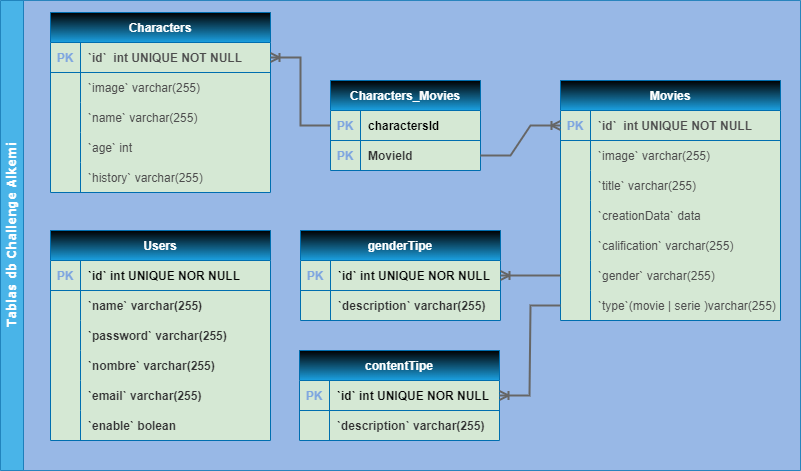
This is db.png from alekusa/Alkemy_Challenge_NodeJs, a draw.io export, as it was before one commit. Source tidied: cells renumbered, new cells last; positions are measured from the earlier drawing's top-left corner, leaving out a move shared by most shapes.
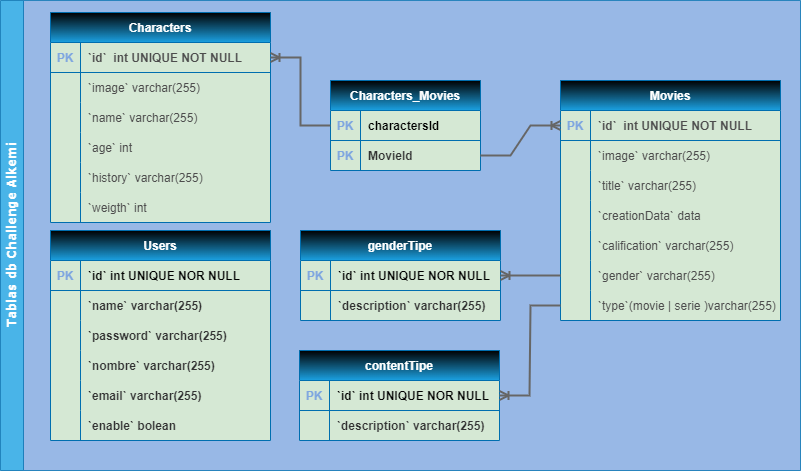
Above is the later version.

The edit, as a diff of the source:
```diff
@@ -27,7 +27,7 @@
       <mxGeometry x="30" width="120" height="30" as="geometry" />
     </mxCell>
     <mxCell id="10" value="Characters" style="shape=table;startSize=30;rowLines=0;fontStyle=1;align=center;swimlaneFillColor=#D5E8D4;fillColor=#1ba1e2;fontColor=#ffffff;gradientDirection=north;strokeColor=#006EAF;gradientColor=default;" parent="2" vertex="1">
-      <mxGeometry x="50" y="12" width="220" height="180" as="geometry" />
+      <mxGeometry x="50" y="12" width="220" height="210" as="geometry" />
     </mxCell>
     <mxCell id="11" style="shape=tableRow;horizontal=0;startSize=0;swimlaneHead=0;swimlaneBody=0;fillColor=none;points=[[0,0.5],[1,0.5]];portConstraint=eastwest;strokeColor=inherit;top=0;left=0;right=0;bottom=1;" parent="10" vertex="1">
       <mxGeometry y="30" width="220" height="30" as="geometry" />
@@ -74,6 +74,15 @@
     <mxCell id="25" value="`history` varchar(255)" style="shape=partialRectangle;overflow=hidden;fillColor=none;align=left;strokeColor=inherit;top=0;left=0;bottom=0;right=0;spacingLeft=6;fontColor=#4D4D4D;" parent="23" vertex="1">
       <mxGeometry x="30" width="190" height="30" as="geometry" />
     </mxCell>
+    <mxCell id="87" style="shape=tableRow;horizontal=0;startSize=0;swimlaneHead=0;swimlaneBody=0;fillColor=none;strokeColor=#000000;top=0;left=0;right=0;bottom=0;perimeterSpacing=1;swimlaneFillColor=default;" parent="10" vertex="1">
+      <mxGeometry y="180" width="220" height="30" as="geometry" />
+    </mxCell>
+    <mxCell id="88" style="shape=partialRectangle;overflow=hidden;fillColor=none;strokeColor=inherit;top=0;left=0;bottom=0;right=0;" parent="87" vertex="1">
+      <mxGeometry width="30" height="30" as="geometry" />
+    </mxCell>
+    <mxCell id="89" value="`weigth` int" style="shape=partialRectangle;overflow=hidden;fillColor=none;align=left;strokeColor=#7EA6E0;top=0;left=0;bottom=0;right=0;spacingLeft=6;fontColor=#4D4D4D;" parent="87" vertex="1">
+      <mxGeometry x="30" width="190" height="30" as="geometry" />
+    </mxCell>
     <mxCell id="26" style="shape=tableRow;horizontal=0;startSize=0;swimlaneHead=0;swimlaneBody=0;fillColor=none;strokeColor=inherit;top=0;left=0;right=0;bottom=0;" parent="2" vertex="1">
       <mxGeometry x="50" y="160" width="220" height="30" as="geometry" />
     </mxCell>
```
